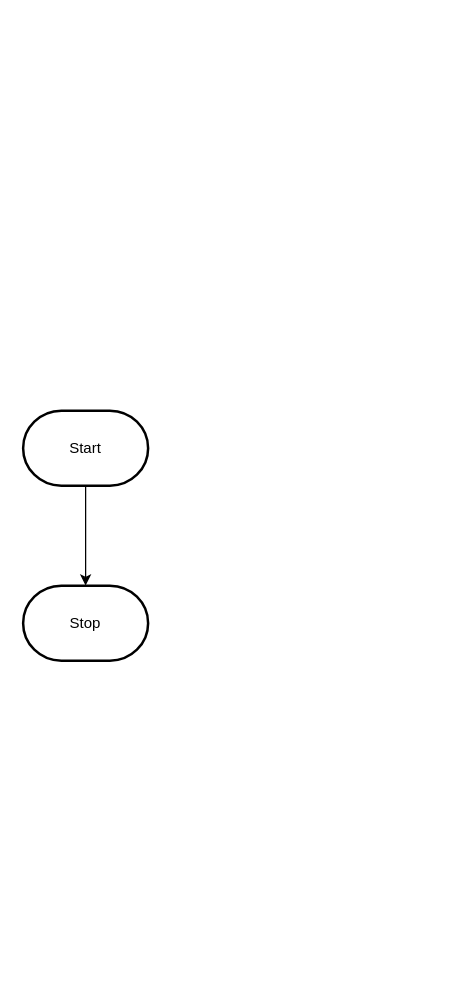
MTHS-ICS2O-2-2022/ICS2O-Unit-3-04-Lucas-Osmond keeps this draw.io diagram as design/flowchart.drawio. Above is the earlier version. Source tidied: cells renumbered, new cells numbered last; positions are measured from the earlier drawing's top-left corner, leaving out a move shared by most shapes. Both pictures are drawn from the tidied source at 125%, with x=0, y=0 at pixel (22, 410).
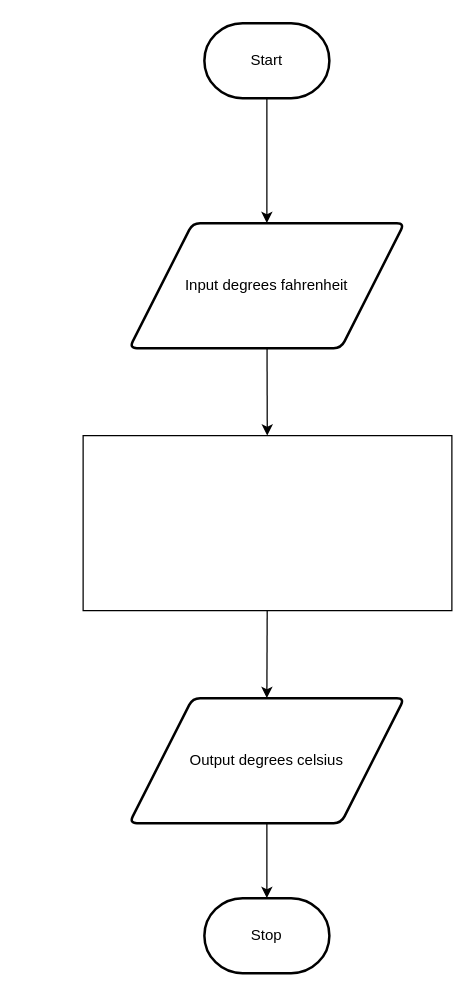
After the change.

Change to the diagram source:
```diff
@@
 <mxGraphModel>
   <root>
     <mxCell id="0" />
     <mxCell id="1" parent="0" />
-    <mxCell id="2" style="edgeStyle=orthogonalEdgeStyle;html=1;rounded=0;" parent="1" edge="1" source="3" target="4">
+    <mxCell id="2" style="edgeStyle=orthogonalEdgeStyle;html=1;rounded=0;entryX=0.5;entryY=0;entryDx=0;entryDy=0;" parent="1" edge="1" source="3" target="6">
       <mxGeometry relative="1" as="geometry" />
     </mxCell>
     <mxCell id="3" value="Start" style="strokeWidth=2;html=1;shape=mxgraph.flowchart.terminator;whiteSpace=wrap;" parent="1" vertex="1">
-      <mxGeometry width="100" height="60" as="geometry" />
+      <mxGeometry x="145" y="-310" width="100" height="60" as="geometry" />
     </mxCell>
     <mxCell id="4" value="Stop" style="strokeWidth=2;html=1;shape=mxgraph.flowchart.terminator;whiteSpace=wrap;" parent="1" vertex="1">
-      <mxGeometry y="140" width="100" height="60" as="geometry" />
+      <mxGeometry x="145" y="390" width="100" height="60" as="geometry" />
     </mxCell>
+    <mxCell id="5" style="edgeStyle=none;html=1;" parent="1" edge="1" source="6" target="8">
+      <mxGeometry relative="1" as="geometry" />
+    </mxCell>
+    <mxCell id="6" value="Input degrees fahrenheit" style="shape=parallelogram;html=1;strokeWidth=2;perimeter=parallelogramPerimeter;whiteSpace=wrap;rounded=1;arcSize=12;size=0.23;" parent="1" vertex="1">
+      <mxGeometry x="85" y="-150" width="220" height="100" as="geometry" />
+    </mxCell>
+    <mxCell id="7" style="edgeStyle=none;html=1;entryX=0.5;entryY=0;entryDx=0;entryDy=0;" parent="1" edge="1" source="8" target="10">
+      <mxGeometry relative="1" as="geometry" />
+    </mxCell>
+    <mxCell id="8" style="rounded=0;whiteSpace=wrap;html=1;" parent="1" vertex="1">
+      <mxGeometry x="48" y="20" width="295" height="140" as="geometry" />
+    </mxCell>
+    <mxCell id="9" style="edgeStyle=none;html=1;exitX=0.5;exitY=1;exitDx=0;exitDy=0;entryX=0.5;entryY=0;entryDx=0;entryDy=0;entryPerimeter=0;" parent="1" edge="1" source="10" target="4">
+      <mxGeometry relative="1" as="geometry" />
+    </mxCell>
+    <mxCell id="10" value="Output degrees celsius" style="shape=parallelogram;html=1;strokeWidth=2;perimeter=parallelogramPerimeter;whiteSpace=wrap;rounded=1;arcSize=12;size=0.23;" parent="1" vertex="1">
+      <mxGeometry x="85" y="230" width="220" height="100" as="geometry" />
+    </mxCell>
   </root>
 </mxGraphModel>
```
